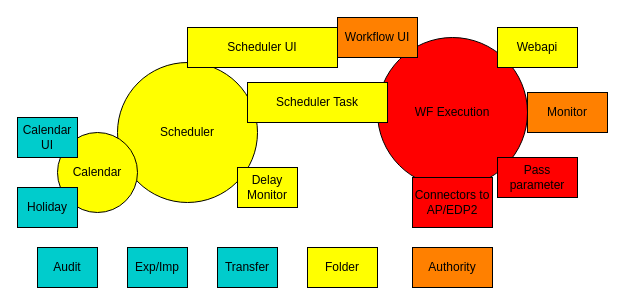
wzdxt/uml keeps this draw.io diagram as bwf/BWF Functions.drawio. Above is the earlier version. Source tidied: cells renumbered, new cells numbered last; positions are measured from the earlier drawing's top-left corner, leaving out a move shared by most shapes. Both pictures are drawn from the tidied source at 100%, with x=0, y=0 at pixel (17, 17).
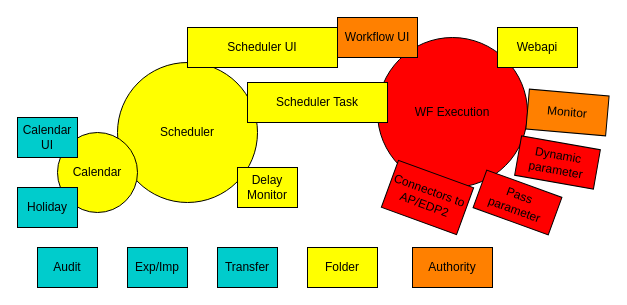
The same page after the edit.

What changed in the source:
```diff
@@
-    <mxCell id="3" value="Connectors to AP/EDP2" style="rounded=0;whiteSpace=wrap;html=1;fontFamily=Helvetica;fontSize=12;fontColor=#000000;align=center;strokeColor=#000000;fillColor=#FF0000;" parent="1" vertex="1">
-      <mxGeometry x="395" y="160" width="80" height="50" as="geometry" />
+    <mxCell id="3" value="Connectors to AP/EDP2" style="rounded=0;whiteSpace=wrap;html=1;fontFamily=Helvetica;fontSize=12;fontColor=#000000;align=center;strokeColor=#000000;fillColor=#FF0000;rotation=20;" parent="1" vertex="1">
+      <mxGeometry x="370" y="155" width="80" height="50" as="geometry" />
     </mxCell>
-    <mxCell id="4" value="Pass parameter" style="rounded=0;whiteSpace=wrap;html=1;fontFamily=Helvetica;fontSize=12;fontColor=#000000;align=center;strokeColor=#000000;fillColor=#FF0000;" parent="1" vertex="1">
-      <mxGeometry x="480" y="140" width="80" height="40" as="geometry" />
+    <mxCell id="4" value="Pass parameter" style="rounded=0;whiteSpace=wrap;html=1;fontFamily=Helvetica;fontSize=12;fontColor=#000000;align=center;strokeColor=#000000;fillColor=#FF0000;rotation=20;" parent="1" vertex="1">
+      <mxGeometry x="460" y="165" width="80" height="40" as="geometry" />
     </mxCell>
@@
-    <mxCell id="14" value="Monitor" style="rounded=0;whiteSpace=wrap;html=1;fontFamily=Helvetica;fontSize=12;fontColor=#000000;align=center;strokeColor=#000000;fillColor=#FF8000;" parent="1" vertex="1">
+    <mxCell id="14" value="Monitor" style="rounded=0;whiteSpace=wrap;html=1;fontFamily=Helvetica;fontSize=12;fontColor=#000000;align=center;strokeColor=#000000;fillColor=#FF8000;rotation=5;" parent="1" vertex="1">
       <mxGeometry x="510" y="75" width="80" height="40" as="geometry" />
     </mxCell>
@@
+    <mxCell id="20" value="Dynamic parameter" style="rounded=0;whiteSpace=wrap;html=1;fontFamily=Helvetica;fontSize=12;fontColor=#000000;align=center;strokeColor=#000000;fillColor=#FF0000;rotation=10;" parent="1" vertex="1">
+      <mxGeometry x="500" y="125" width="80" height="40" as="geometry" />
+    </mxCell>
```
